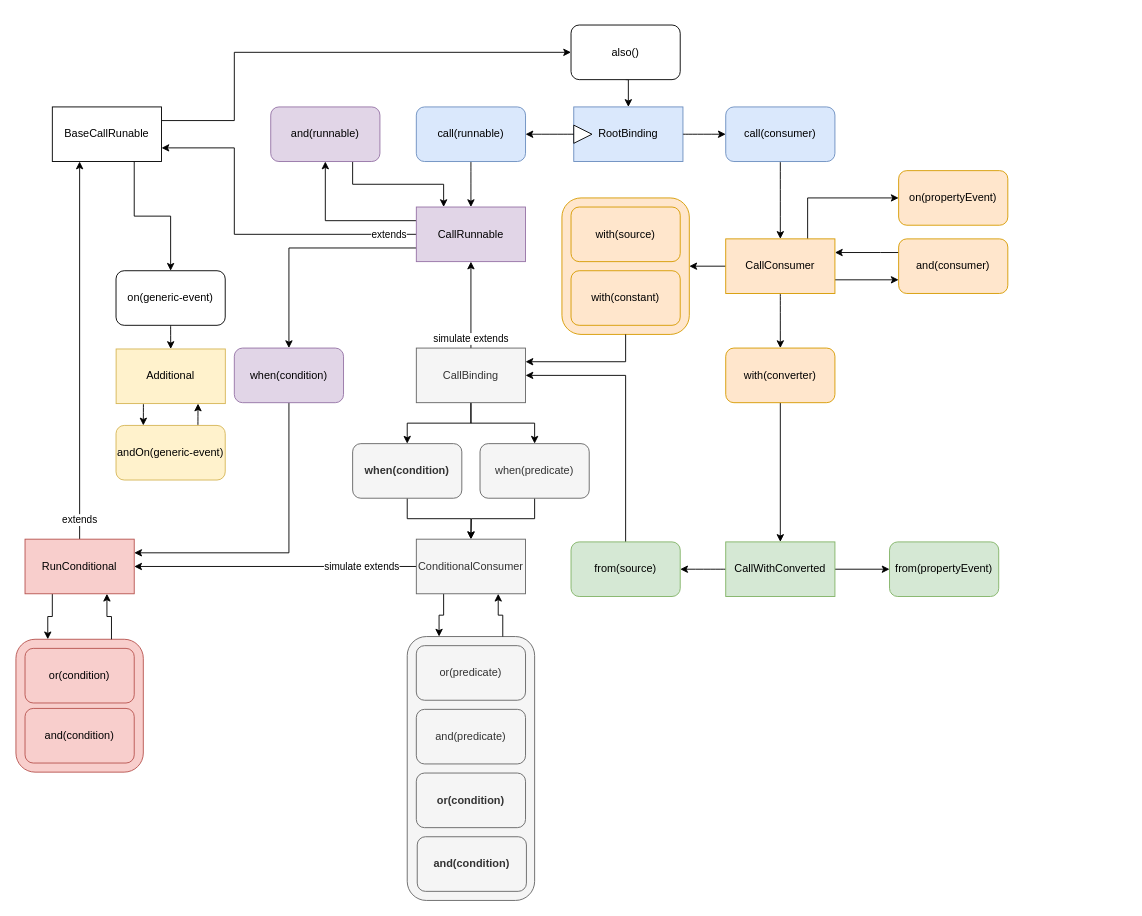
This is docs/binding_dsl.drawio from nbrugger-tgm/reactj, a draw.io file, before an edit. Source tidied: cells renumbered, new cells numbered last; positions are measured from the earlier drawing's top-left corner, leaving out a move shared by most shapes. Both pictures are drawn from the tidied source at 91%, with x=0, y=0 at pixel (15, 25).
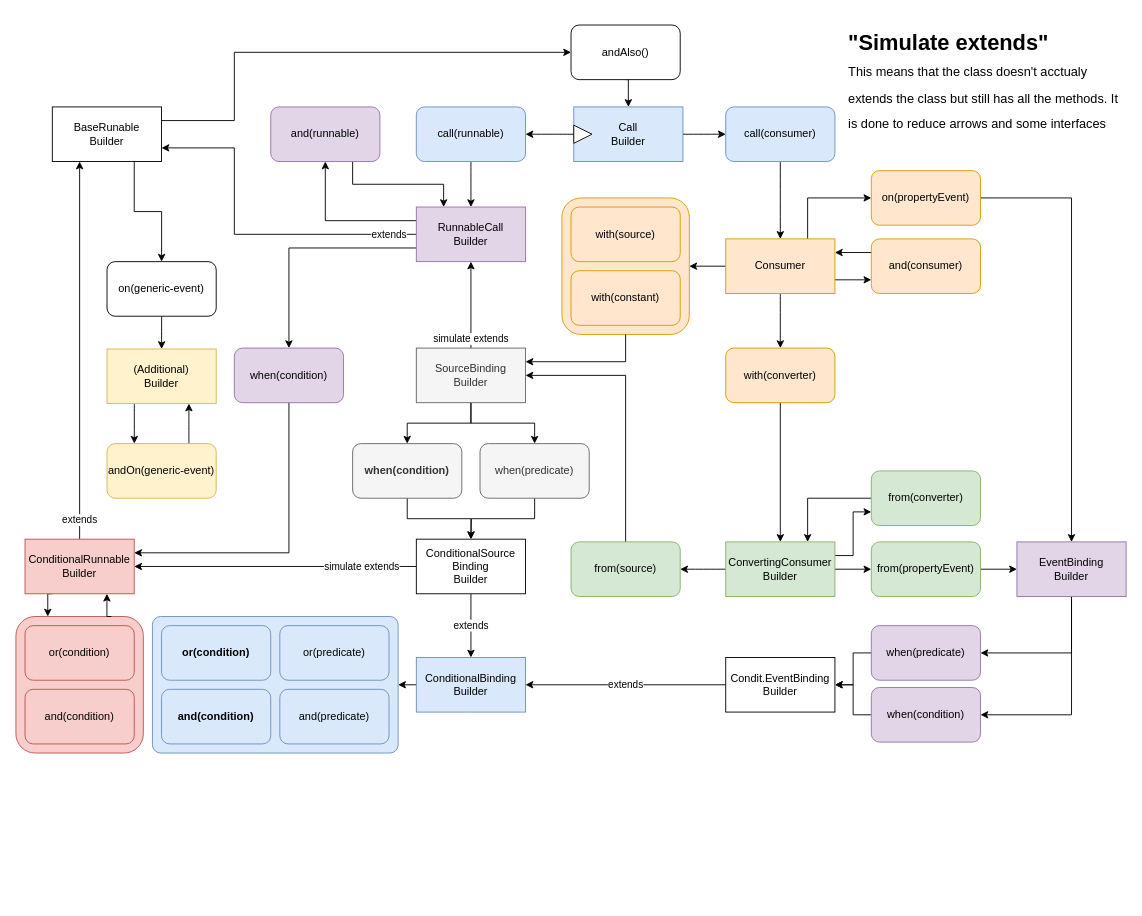
The same diagram, later.

Diff of the diagram source:
```diff
@@
-    <mxCell id="2" value="RootBinding" style="rounded=0;whiteSpace=wrap;html=1;fillColor=#dae8fc;strokeColor=#6c8ebf;" parent="1" vertex="1">
+    <mxCell id="2" value="Call&lt;br&gt;Builder" style="rounded=0;whiteSpace=wrap;html=1;fillColor=#dae8fc;strokeColor=#6c8ebf;" parent="1" vertex="1">
       <mxGeometry x="613" y="90" width="120" height="60" as="geometry" />
     </mxCell>
@@
     <mxCell id="8" value="on(generic-event)" style="rounded=1;whiteSpace=wrap;html=1;" parent="1" vertex="1">
-      <mxGeometry x="110" y="270" width="120" height="60" as="geometry" />
+      <mxGeometry x="100.1" y="260" width="120" height="60" as="geometry" />
     </mxCell>
@@
     <mxCell id="14" value="andOn(generic-event)" style="rounded=1;whiteSpace=wrap;html=1;fillColor=#fff2cc;strokeColor=#d6b656;" parent="1" vertex="1">
-      <mxGeometry x="110" y="440" width="120" height="60" as="geometry" />
+      <mxGeometry x="100.1" y="460" width="120" height="60" as="geometry" />
     </mxCell>
     <mxCell id="15" style="group;" parent="1" vertex="1">
-      <mxGeometry y="675" width="140" height="146" as="geometry" />
+      <mxGeometry y="650" width="140" height="150" as="geometry" />
     </mxCell>
     <mxCell id="16" style="rounded=1;whiteSpace=wrap;html=1;fillColor=#f8cecc;strokeColor=#b85450;" parent="15" vertex="1">
-      <mxGeometry width="140" height="146" as="geometry" />
+      <mxGeometry width="140" height="150" as="geometry" />
     </mxCell>
     <mxCell id="17" value="and(condition)" style="rounded=1;whiteSpace=wrap;html=1;fillColor=#f8cecc;strokeColor=#b85450;" parent="15" vertex="1">
-      <mxGeometry x="10" y="76" width="120" height="60" as="geometry" />
+      <mxGeometry x="10" y="80" width="120" height="60" as="geometry" />
     </mxCell>
@@
-    <mxCell id="29" value="CallRunnable" style="rounded=0;whiteSpace=wrap;html=1;fillColor=#e1d5e7;strokeColor=#9673a6;" parent="1" vertex="1">
+    <mxCell id="29" value="RunnableCall&lt;br&gt;Builder" style="rounded=0;whiteSpace=wrap;html=1;fillColor=#e1d5e7;strokeColor=#9673a6;" parent="1" vertex="1">
       <mxGeometry x="440" y="200" width="120" height="60" as="geometry" />
     </mxCell>
@@
-    <mxCell id="36" value="CallConsumer" style="rounded=0;whiteSpace=wrap;html=1;fillColor=#ffe6cc;strokeColor=#d79b00;" parent="1" vertex="1">
+    <mxCell id="36" value="Consumer" style="rounded=0;whiteSpace=wrap;html=1;fillColor=#ffe6cc;strokeColor=#d79b00;" parent="1" vertex="1">
       <mxGeometry x="780" y="235" width="120" height="60" as="geometry" />
     </mxCell>
@@
+    <mxCell id="76" style="edgeStyle=orthogonalEdgeStyle;rounded=0;jettySize=auto;html=1;exitX=1;exitY=0.25;exitDx=0;exitDy=0;entryX=0;entryY=0.75;entryDx=0;entryDy=0;" parent="1" edge="1" source="39" target="93">
+      <mxGeometry relative="1" as="geometry" />
+    </mxCell>
-    <mxCell id="39" value="CallWithConverted" style="rounded=0;whiteSpace=wrap;html=1;fillColor=#d5e8d4;strokeColor=#82b366;" parent="1" vertex="1">
+    <mxCell id="39" value="ConvertingConsumer&lt;br&gt;Builder" style="rounded=0;whiteSpace=wrap;html=1;fillColor=#d5e8d4;strokeColor=#82b366;" parent="1" vertex="1">
       <mxGeometry x="780" y="568" width="120" height="60" as="geometry" />
     </mxCell>
@@
-    <mxCell id="41" value="also()" style="rounded=1;whiteSpace=wrap;html=1;" parent="1" vertex="1">
+    <mxCell id="41" value="andAlso()" style="rounded=1;whiteSpace=wrap;html=1;" parent="1" vertex="1">
       <mxGeometry x="610" width="120" height="60" as="geometry" />
     </mxCell>
@@
-    <mxCell id="44" value="Additional" style="rounded=0;whiteSpace=wrap;html=1;fillColor=#fff2cc;strokeColor=#d6b656;" parent="1" vertex="1">
-      <mxGeometry x="110.1" y="356" width="120" height="60" as="geometry" />
+    <mxCell id="44" value="(Additional)&lt;br&gt;Builder" style="rounded=0;whiteSpace=wrap;html=1;fillColor=#fff2cc;strokeColor=#d6b656;" parent="1" vertex="1">
+      <mxGeometry x="100.1" y="356" width="120" height="60" as="geometry" />
     </mxCell>
@@
-    <mxCell id="49" value="CallBinding" style="rounded=0;whiteSpace=wrap;html=1;fillColor=#f5f5f5;strokeColor=#666666;fontColor=#333333;" parent="1" vertex="1">
+    <mxCell id="49" value="SourceBinding&lt;br&gt;Builder" style="rounded=0;whiteSpace=wrap;html=1;fillColor=#f5f5f5;strokeColor=#666666;fontColor=#333333;" parent="1" vertex="1">
       <mxGeometry x="440" y="355" width="120" height="60" as="geometry" />
     </mxCell>
@@
+    <mxCell id="77" style="edgeStyle=orthogonalEdgeStyle;rounded=0;jettySize=auto;html=1;exitX=1;exitY=0.5;exitDx=0;exitDy=0;entryX=0.5;entryY=0;entryDx=0;entryDy=0;" parent="1" edge="1" source="53" target="82">
+      <mxGeometry relative="1" as="geometry" />
+    </mxCell>
     <mxCell id="53" value="on(propertyEvent)" style="rounded=1;whiteSpace=wrap;html=1;fillColor=#ffe6cc;strokeColor=#d79b00;" parent="1" vertex="1">
-      <mxGeometry x="970" y="160" width="120" height="60" as="geometry" />
+      <mxGeometry x="940" y="160" width="120" height="60" as="geometry" />
     </mxCell>
+    <mxCell id="78" style="edgeStyle=orthogonalEdgeStyle;rounded=0;jettySize=auto;html=1;exitX=1;exitY=0.5;exitDx=0;exitDy=0;" parent="1" edge="1" source="54" target="82">
+      <mxGeometry relative="1" as="geometry" />
+    </mxCell>
     <mxCell id="54" value="from(propertyEvent)" style="rounded=1;whiteSpace=wrap;html=1;fillColor=#d5e8d4;strokeColor=#82b366;" parent="1" vertex="1">
-      <mxGeometry x="960" y="568" width="120" height="60" as="geometry" />
+      <mxGeometry x="940" y="568" width="120" height="60" as="geometry" />
     </mxCell>
-    <mxCell id="55" style="group;fontStyle=1;" parent="1" vertex="1">
-      <mxGeometry x="430" y="672" width="140" height="290" as="geometry" />
-    </mxCell>
-    <mxCell id="56" style="rounded=1;whiteSpace=wrap;html=1;fillColor=#f5f5f5;strokeColor=#666666;fontColor=#333333;" parent="55" vertex="1">
-      <mxGeometry width="140" height="290" as="geometry" />
-    </mxCell>
-    <mxCell id="57" value="and(predicate)" style="rounded=1;whiteSpace=wrap;html=1;fillColor=#f5f5f5;strokeColor=#666666;fontColor=#333333;" parent="55" vertex="1">
-      <mxGeometry x="10" y="80" width="120" height="60" as="geometry" />
-    </mxCell>
-    <mxCell id="58" value="or(predicate)" style="rounded=1;whiteSpace=wrap;html=1;fillColor=#f5f5f5;strokeColor=#666666;fontColor=#333333;" parent="55" vertex="1">
-      <mxGeometry x="10" y="10" width="120" height="60" as="geometry" />
-    </mxCell>
-    <mxCell id="59" value="and(condition)" style="rounded=1;whiteSpace=wrap;html=1;fillColor=#f5f5f5;strokeColor=#666666;fontColor=#333333;fontStyle=1;" parent="55" vertex="1">
-      <mxGeometry x="11" y="220" width="120" height="60" as="geometry" />
-    </mxCell>
-    <mxCell id="60" value="or(condition)" style="rounded=1;whiteSpace=wrap;html=1;fillColor=#f5f5f5;strokeColor=#666666;fontColor=#333333;fontStyle=1;" parent="55" vertex="1">
-      <mxGeometry x="10" y="150" width="120" height="60" as="geometry" />
-    </mxCell>
-    <mxCell id="61" style="edgeStyle=orthogonalEdgeStyle;rounded=0;jettySize=auto;html=1;exitX=0.25;exitY=1;exitDx=0;exitDy=0;entryX=0.25;entryY=0;entryDx=0;entryDy=0;" parent="1" edge="1" source="63" target="56">
-      <mxGeometry relative="1" as="geometry" />
-    </mxCell>
@@
+    <mxCell id="79" value="extends" style="edgeStyle=orthogonalEdgeStyle;rounded=0;jettySize=auto;html=1;exitX=0.5;exitY=1;exitDx=0;exitDy=0;entryX=0.5;entryY=0;entryDx=0;entryDy=0;" parent="1" edge="1" source="63" target="90">
+      <mxGeometry relative="1" as="geometry" />
+    </mxCell>
-    <mxCell id="63" value="ConditionalConsumer" style="rounded=0;whiteSpace=wrap;html=1;fillColor=#f5f5f5;strokeColor=#666666;fontColor=#333333;" parent="1" vertex="1">
+    <mxCell id="63" value="ConditionalSource&lt;br&gt;Binding&lt;br&gt;Builder" style="rounded=0;whiteSpace=wrap;html=1;" parent="1" vertex="1">
       <mxGeometry x="440" y="565" width="120" height="60" as="geometry" />
     </mxCell>
-    <mxCell id="64" style="edgeStyle=orthogonalEdgeStyle;rounded=0;jettySize=auto;html=1;exitX=0.75;exitY=0;exitDx=0;exitDy=0;entryX=0.75;entryY=1;entryDx=0;entryDy=0;" parent="1" edge="1" source="56" target="63">
-      <mxGeometry relative="1" as="geometry" />
-    </mxCell>
@@
-    <mxCell id="67" value="BaseCallRunable" style="rounded=0;whiteSpace=wrap;html=1;fillColor=default;" parent="1" vertex="1">
+    <mxCell id="67" value="BaseRunable&lt;br&gt;Builder" style="rounded=0;whiteSpace=wrap;html=1;fillColor=default;" parent="1" vertex="1">
       <mxGeometry x="40" y="90" width="120" height="60" as="geometry" />
     </mxCell>
@@
-    <mxCell id="69" value="RunConditional" style="rounded=0;whiteSpace=wrap;html=1;fillColor=#f8cecc;strokeColor=#b85450;" parent="1" vertex="1">
+    <mxCell id="69" value="ConditionalRunnable&lt;br&gt;Builder" style="rounded=0;whiteSpace=wrap;html=1;fillColor=#f8cecc;strokeColor=#b85450;" parent="1" vertex="1">
       <mxGeometry x="10" y="565" width="120" height="60" as="geometry" />
     </mxCell>
@@
     <mxCell id="75" value="and(consumer)" style="rounded=1;whiteSpace=wrap;html=1;fillColor=#ffe6cc;strokeColor=#d79b00;" parent="1" vertex="1">
-      <mxGeometry x="970" y="235" width="120" height="60" as="geometry" />
+      <mxGeometry x="940" y="235" width="120" height="60" as="geometry" />
     </mxCell>
+    <mxCell id="80" style="edgeStyle=orthogonalEdgeStyle;rounded=0;jettySize=auto;html=1;exitX=0.5;exitY=1;exitDx=0;exitDy=0;entryX=1;entryY=0.5;entryDx=0;entryDy=0;" parent="1" edge="1" source="82" target="84">
+      <mxGeometry relative="1" as="geometry" />
+    </mxCell>
+    <mxCell id="81" style="edgeStyle=orthogonalEdgeStyle;rounded=0;jettySize=auto;html=1;exitX=0.5;exitY=1;exitDx=0;exitDy=0;entryX=1;entryY=0.5;entryDx=0;entryDy=0;" parent="1" edge="1" source="82" target="88">
+      <mxGeometry relative="1" as="geometry">
+        <Array as="points">
+          <mxPoint x="1160" y="758" />
+        </Array>
+      </mxGeometry>
+    </mxCell>
+    <mxCell id="82" value="EventBinding&lt;br&gt;Builder" style="rounded=0;whiteSpace=wrap;html=1;fillColor=#e1d5e7;strokeColor=#9673a6;" parent="1" vertex="1">
+      <mxGeometry x="1100" y="568" width="120" height="60" as="geometry" />
+    </mxCell>
+    <mxCell id="83" style="edgeStyle=orthogonalEdgeStyle;rounded=0;jettySize=auto;html=1;exitX=0;exitY=0.5;exitDx=0;exitDy=0;entryX=1;entryY=0.5;entryDx=0;entryDy=0;" parent="1" edge="1" source="84" target="86">
+      <mxGeometry relative="1" as="geometry" />
+    </mxCell>
+    <mxCell id="84" value="when(predicate)" style="rounded=1;whiteSpace=wrap;html=1;fillColor=#e1d5e7;strokeColor=#9673a6;" parent="1" vertex="1">
+      <mxGeometry x="940" y="660" width="120" height="60" as="geometry" />
+    </mxCell>
+    <mxCell id="85" value="extends" style="edgeStyle=orthogonalEdgeStyle;rounded=0;jettySize=auto;html=1;exitX=0;exitY=0.5;exitDx=0;exitDy=0;entryX=1;entryY=0.5;entryDx=0;entryDy=0;" parent="1" edge="1" source="86" target="90">
+      <mxGeometry relative="1" as="geometry" />
+    </mxCell>
+    <mxCell id="86" value="Condit.EventBinding&lt;br&gt;Builder" style="rounded=0;whiteSpace=wrap;html=1;" parent="1" vertex="1">
+      <mxGeometry x="780" y="695" width="120" height="60" as="geometry" />
+    </mxCell>
+    <mxCell id="87" style="edgeStyle=orthogonalEdgeStyle;rounded=0;jettySize=auto;html=1;exitX=0;exitY=0.5;exitDx=0;exitDy=0;entryX=1;entryY=0.5;entryDx=0;entryDy=0;" parent="1" edge="1" source="88" target="86">
+      <mxGeometry relative="1" as="geometry" />
+    </mxCell>
+    <mxCell id="88" value="when(condition)" style="rounded=1;whiteSpace=wrap;html=1;fillColor=#e1d5e7;strokeColor=#9673a6;" parent="1" vertex="1">
+      <mxGeometry x="940" y="728" width="120" height="60" as="geometry" />
+    </mxCell>
+    <mxCell id="89" style="edgeStyle=orthogonalEdgeStyle;rounded=0;jettySize=auto;html=1;exitX=0.5;exitY=1;exitDx=0;exitDy=0;entryX=1;entryY=0.5;entryDx=0;entryDy=0;" parent="1" edge="1" source="90" target="56">
+      <mxGeometry relative="1" as="geometry">
+        <Array as="points">
+          <mxPoint x="500" y="725" />
+        </Array>
+      </mxGeometry>
+    </mxCell>
+    <mxCell id="90" value="ConditionalBinding&lt;br&gt;Builder" style="rounded=0;whiteSpace=wrap;html=1;fillColor=#dae8fc;strokeColor=#6c8ebf;" parent="1" vertex="1">
+      <mxGeometry x="440" y="695" width="120" height="60" as="geometry" />
+    </mxCell>
+    <mxCell id="91" style="group;" parent="1" vertex="1">
+      <mxGeometry x="150" y="650" width="270" height="150" as="geometry" />
+    </mxCell>
+    <mxCell id="56" style="rounded=1;whiteSpace=wrap;html=1;fillColor=#dae8fc;strokeColor=#6c8ebf;arcSize=6;" parent="91" vertex="1">
+      <mxGeometry width="270" height="150" as="geometry" />
+    </mxCell>
+    <mxCell id="57" value="and(predicate)" style="rounded=1;whiteSpace=wrap;html=1;fillColor=#dae8fc;strokeColor=#6c8ebf;" parent="91" vertex="1">
+      <mxGeometry x="140" y="80" width="120" height="60" as="geometry" />
+    </mxCell>
+    <mxCell id="58" value="or(predicate)" style="rounded=1;whiteSpace=wrap;html=1;fillColor=#dae8fc;strokeColor=#6c8ebf;" parent="91" vertex="1">
+      <mxGeometry x="140" y="10" width="120" height="60" as="geometry" />
+    </mxCell>
+    <mxCell id="59" value="and(condition)" style="rounded=1;whiteSpace=wrap;html=1;fillColor=#dae8fc;strokeColor=#6c8ebf;fontStyle=1;" parent="91" vertex="1">
+      <mxGeometry x="10" y="80" width="120" height="60" as="geometry" />
+    </mxCell>
+    <mxCell id="60" value="or(condition)" style="rounded=1;whiteSpace=wrap;html=1;fillColor=#dae8fc;strokeColor=#6c8ebf;fontStyle=1;" parent="91" vertex="1">
+      <mxGeometry x="10" y="10" width="120" height="60" as="geometry" />
+    </mxCell>
+    <mxCell id="92" style="edgeStyle=orthogonalEdgeStyle;rounded=0;jettySize=auto;html=1;exitX=0;exitY=0.5;exitDx=0;exitDy=0;entryX=0.75;entryY=0;entryDx=0;entryDy=0;" parent="1" edge="1" source="93" target="39">
+      <mxGeometry relative="1" as="geometry" />
+    </mxCell>
+    <mxCell id="93" value="from(converter)" style="rounded=1;whiteSpace=wrap;html=1;fillColor=#d5e8d4;strokeColor=#82b366;" parent="1" vertex="1">
+      <mxGeometry x="940" y="490" width="120" height="60" as="geometry" />
+    </mxCell>
+    <mxCell id="94" value="&lt;h1&gt;&lt;span&gt;&quot;Simulate extends&quot;&lt;br&gt;&lt;/span&gt;&lt;font style=&quot;font-size: 14px ; font-weight: normal&quot;&gt;This means that the class doesn't acctualy extends the class but still has all the methods. It is done to reduce arrows and some interfaces&lt;/font&gt;&lt;/h1&gt;" style="text;html=1;strokeColor=none;fillColor=none;spacing=5;spacingTop=-20;whiteSpace=wrap;overflow=hidden;rounded=0;" parent="1" vertex="1">
+      <mxGeometry x="910" width="310" height="120" as="geometry" />
+    </mxCell>
```
